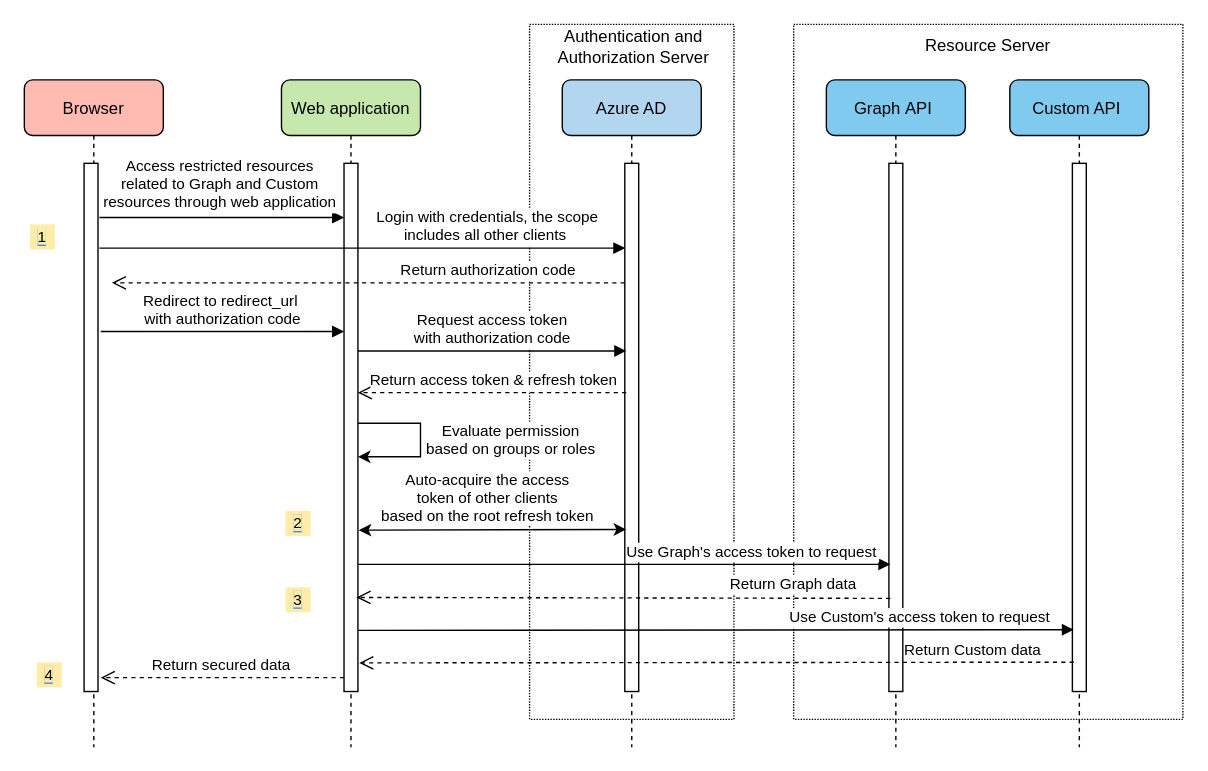
Azure/azure-sdk-for-java keeps this draw.io diagram as sdk/spring/azure-spring-boot-starter-active-directory/resource/source-file/add-based-web-application-access-resources.drawio. Above is the earlier version. Source tidied: cells renumbered, new cells numbered last; positions are measured from the earlier drawing's top-left corner, leaving out a move shared by most shapes. Both pictures are drawn from the tidied source at 139%, with x=0, y=0 at pixel (24, 24).
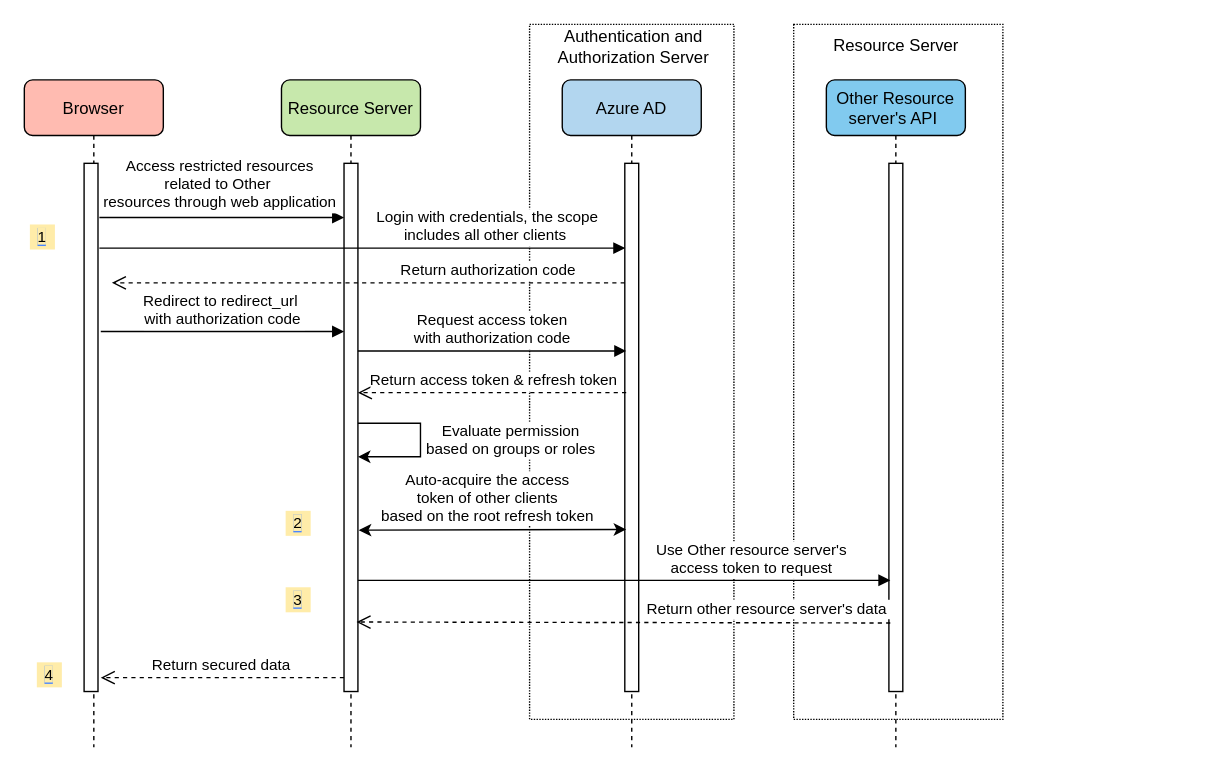
Above is the later version.

What changed in the source:
```diff
@@
     <mxCell id="2" style="rounded=0;whiteSpace=wrap;html=1;dashed=1;dashPattern=1 1;" parent="1" vertex="1">
-      <mxGeometry x="553.5" width="280" height="500" as="geometry" />
+      <mxGeometry x="553.5" width="150.5" height="500" as="geometry" />
     </mxCell>
@@
-    <mxCell id="6" value="Web application" style="shape=umlLifeline;perimeter=lifelinePerimeter;rounded=1;shadow=0;strokeWidth=1;fillColor=#C7E8AC;" parent="1" vertex="1">
+    <mxCell id="6" value="Resource Server" style="shape=umlLifeline;perimeter=lifelinePerimeter;rounded=1;shadow=0;strokeWidth=1;fillColor=#C7E8AC;" parent="1" vertex="1">
       <mxGeometry x="185" y="40" width="100" height="480" as="geometry" />
     </mxCell>
@@
-    <mxCell id="9" value="Access restricted resources &#10;related to Graph and Custom &#10;resources through web application" style="verticalAlign=bottom;endArrow=block;shadow=0;strokeWidth=1;fontSize=11;spacingTop=-1;spacing=4;spacingRight=2;" parent="1" edge="1">
+    <mxCell id="9" value="Access restricted resources &#10;related to Other &#10;resources through web application" style="verticalAlign=bottom;endArrow=block;shadow=0;strokeWidth=1;fontSize=11;spacingTop=-1;spacing=4;spacingRight=2;" parent="1" edge="1">
       <mxGeometry relative="1" as="geometry">
         <mxPoint x="54" y="139" as="sourcePoint" />
         <mxPoint x="230" y="139" as="targetPoint" />
       </mxGeometry>
     </mxCell>
@@
-    <mxCell id="12" value="Graph API " style="shape=umlLifeline;perimeter=lifelinePerimeter;rounded=1;shadow=0;strokeWidth=1;fillColor=#81CAEF;" parent="1" vertex="1">
+    <mxCell id="12" value="Other Resource&#10;server's API " style="shape=umlLifeline;perimeter=lifelinePerimeter;rounded=1;shadow=0;strokeWidth=1;fillColor=#81CAEF;" parent="1" vertex="1">
       <mxGeometry x="577" y="40" width="100" height="480" as="geometry" />
     </mxCell>
@@
-    <mxCell id="16" value="Use Graph's access token to request" style="verticalAlign=bottom;endArrow=block;shadow=0;strokeWidth=1;entryX=0.005;entryY=0.784;entryDx=0;entryDy=0;entryPerimeter=0;fontSize=11;spacingLeft=19;spacingBottom=0;spacingRight=18;" parent="1" edge="1">
+    <mxCell id="16" value="Use Other resource server's &#10;access token to request" style="verticalAlign=bottom;endArrow=block;shadow=0;strokeWidth=1;entryX=0.005;entryY=0.784;entryDx=0;entryDy=0;entryPerimeter=0;fontSize=11;spacingLeft=19;spacingBottom=0;spacingRight=18;" parent="1" edge="1">
       <mxGeometry x="0.48" relative="1" as="geometry">
-        <mxPoint x="240" y="388.5" as="sourcePoint" />
-        <mxPoint x="623" y="388.5" as="targetPoint" />
+        <mxPoint x="240" y="400" as="sourcePoint" />
+        <mxPoint x="623" y="400" as="targetPoint" />
       </mxGeometry>
     </mxCell>
-    <mxCell id="17" value="Return Graph data" style="verticalAlign=bottom;endArrow=open;dashed=1;endSize=8;shadow=0;strokeWidth=1;entryX=0.9;entryY=0.703;entryDx=0;entryDy=0;entryPerimeter=0;exitX=-0.007;exitY=0.617;exitDx=0;exitDy=0;exitPerimeter=0;spacingRight=1;spacingLeft=0;fontSize=11;" parent="1" edge="1">
-      <mxGeometry x="-0.64" y="-1" relative="1" as="geometry">
-        <mxPoint x="623" y="413" as="sourcePoint" />
-        <mxPoint x="239" y="412.3" as="targetPoint" />
+    <mxCell id="17" value="Return other resource server's data" style="verticalAlign=bottom;endArrow=open;dashed=1;endSize=8;shadow=0;strokeWidth=1;entryX=0.9;entryY=0.703;entryDx=0;entryDy=0;entryPerimeter=0;exitX=-0.007;exitY=0.617;exitDx=0;exitDy=0;exitPerimeter=0;spacingRight=1;spacingLeft=0;fontSize=11;" parent="1" edge="1">
+      <mxGeometry x="-0.54" y="-1" relative="1" as="geometry">
+        <mxPoint x="623" y="430.7" as="sourcePoint" />
+        <mxPoint x="239" y="430" as="targetPoint" />
       </mxGeometry>
     </mxCell>
@@
-    <mxCell id="26" value="Custom API " style="shape=umlLifeline;perimeter=lifelinePerimeter;rounded=1;shadow=0;strokeWidth=1;fillColor=#81CAEF;" parent="1" vertex="1">
-      <mxGeometry x="709" y="40" width="100" height="480" as="geometry" />
-    </mxCell>
-    <mxCell id="27" style="perimeter=orthogonalPerimeter;rounded=0;shadow=0;strokeWidth=1;" parent="26" vertex="1">
-      <mxGeometry x="45" y="60" width="10" height="380" as="geometry" />
-    </mxCell>
     <mxCell id="28" value="Resource Server" style="text;html=1;strokeColor=none;fillColor=none;align=center;verticalAlign=middle;whiteSpace=wrap;rounded=0;dashed=1;dashPattern=1 1;" parent="1" vertex="1">
-      <mxGeometry x="614.2" y="6" width="159" height="20" as="geometry" />
+      <mxGeometry x="547.5" y="6" width="159" height="20" as="geometry" />
     </mxCell>
-    <mxCell id="29" value="Use Custom's access token to request" style="verticalAlign=bottom;endArrow=block;shadow=0;strokeWidth=1;entryX=0.005;entryY=0.784;entryDx=0;entryDy=0;entryPerimeter=0;fontSize=11;spacingLeft=19;spacingBottom=0;spacingRight=18;" parent="1" edge="1">
-      <mxGeometry x="0.57" relative="1" as="geometry">
-        <mxPoint x="240" y="436" as="sourcePoint" />
-        <mxPoint x="755" y="435.5" as="targetPoint" />
-      </mxGeometry>
-    </mxCell>
-    <mxCell id="30" value="Return Custom data" style="verticalAlign=bottom;endArrow=open;dashed=1;endSize=8;shadow=0;strokeWidth=1;exitX=0.2;exitY=0.807;exitDx=0;exitDy=0;exitPerimeter=0;spacingRight=1;spacingLeft=0;fontSize=11;entryX=0.986;entryY=0.808;entryDx=0;entryDy=0;entryPerimeter=0;" parent="1" edge="1">
-      <mxGeometry x="-0.72" relative="1" as="geometry">
-        <mxPoint x="755" y="458.9" as="sourcePoint" />
-        <mxPoint x="241" y="459.4" as="targetPoint" />
-      </mxGeometry>
-    </mxCell>
```
